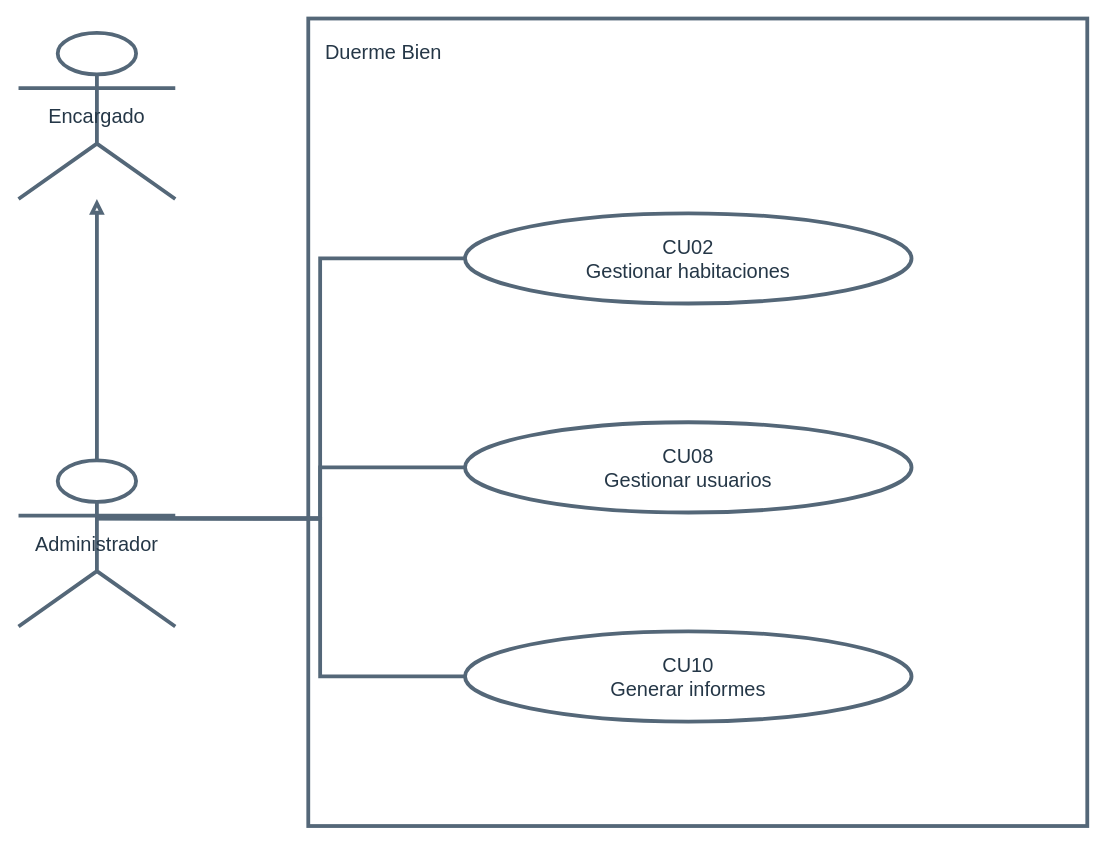
Yutre3/hotel-duerme-bien keeps this draw.io diagram as diagramas-editables/casos-de-uso-administracion.drawio. Above is the earlier version. Source tidied: cells renumbered, new cells numbered last; positions are measured from the earlier drawing's top-left corner, leaving out a move shared by most shapes. Both pictures are drawn from the tidied source at 95%, with x=0, y=0 at pixel (18, 18).
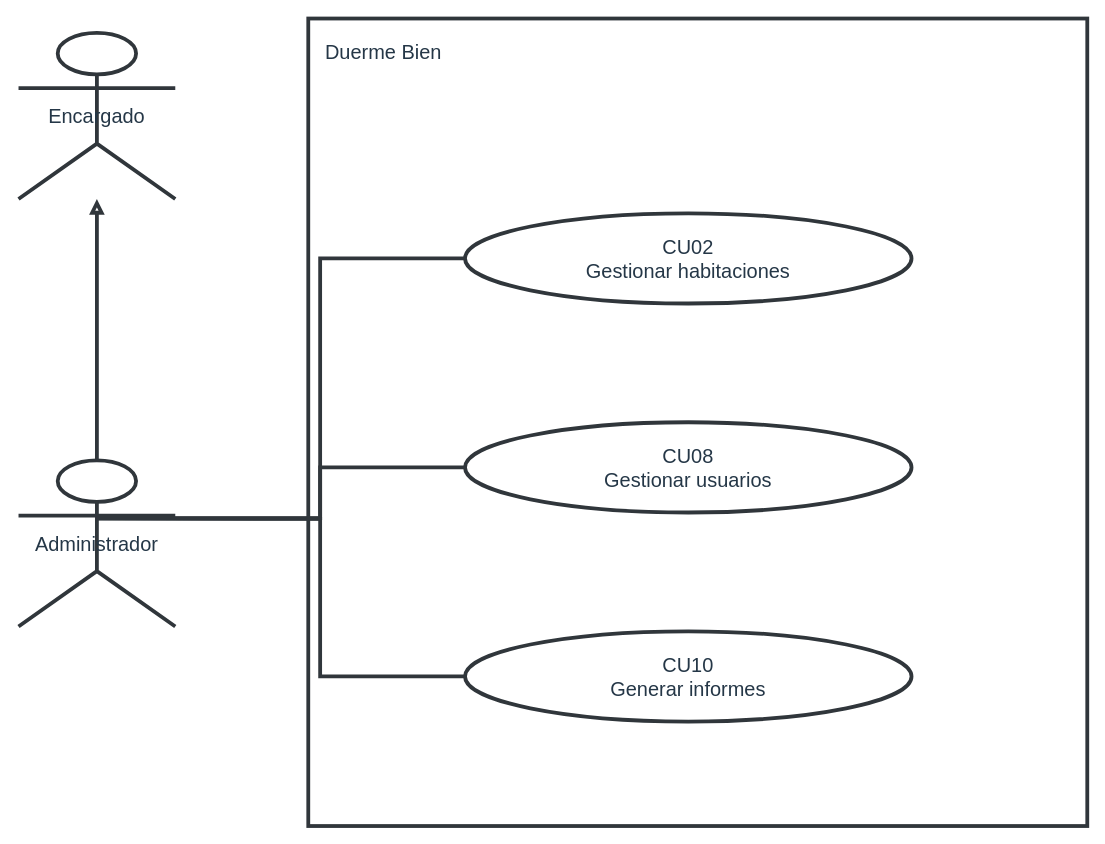
Above is the later version.

Diff of the diagram source:
```diff
@@
 <mxGraphModel>
   <root>
     <mxCell id="0" />
     <mxCell id="1" parent="0" />
-    <mxCell id="2" value="Duerme Bien" style="rounded=0;verticalAlign=top;align=left;spacing=18;html=0;whiteSpace=wrap;strokeColor=#546778;strokeWidth=4;fillColor=#ffffff;fontColor=#253747;fontSize=21;" parent="1" vertex="1">
+    <mxCell id="2" value="Duerme Bien" style="rounded=0;verticalAlign=top;align=left;spacing=18;html=0;whiteSpace=wrap;strokeColor=#30363b;strokeWidth=4;fillColor=#ffffff;fontColor=#253747;fontSize=21;" parent="1" vertex="1">
       <mxGeometry x="305" width="820" height="850" as="geometry" />
     </mxCell>
-    <mxCell id="3" value="Encargado" style="shape=umlActor;html=0;whiteSpace=wrap;strokeColor=#546778;strokeWidth=4;fillColor=#ffffff;fontColor=#253747;fontSize=21;" parent="1" vertex="1">
+    <mxCell id="3" value="Encargado" style="shape=umlActor;html=0;whiteSpace=wrap;strokeColor=#30363b;strokeWidth=4;fillColor=#ffffff;fontColor=#253747;fontSize=21;" parent="1" vertex="1">
       <mxGeometry y="15" width="165" height="175" as="geometry" />
     </mxCell>
-    <mxCell id="4" value="Administrador" style="shape=umlActor;html=0;whiteSpace=wrap;strokeColor=#546778;strokeWidth=4;fillColor=#ffffff;fontColor=#253747;fontSize=21;" parent="1" vertex="1">
+    <mxCell id="4" value="Administrador" style="shape=umlActor;html=0;whiteSpace=wrap;strokeColor=#30363b;strokeWidth=4;fillColor=#ffffff;fontColor=#253747;fontSize=21;" parent="1" vertex="1">
       <mxGeometry y="465" width="165" height="175" as="geometry" />
     </mxCell>
-    <mxCell id="5" value="CU02&#10;Gestionar habitaciones" style="ellipse;html=0;whiteSpace=wrap;strokeColor=#546778;strokeWidth=4;fillColor=#ffffff;fontColor=#253747;fontSize=21;" parent="1" vertex="1">
+    <mxCell id="5" value="CU02&#10;Gestionar habitaciones" style="ellipse;html=0;whiteSpace=wrap;strokeColor=#30363b;strokeWidth=4;fillColor=#ffffff;fontColor=#253747;fontSize=21;" parent="1" vertex="1">
       <mxGeometry x="470" y="205" width="470" height="95" as="geometry" />
     </mxCell>
-    <mxCell id="6" value="CU08&#10;Gestionar usuarios" style="ellipse;html=0;whiteSpace=wrap;strokeColor=#546778;strokeWidth=4;fillColor=#ffffff;fontColor=#253747;fontSize=21;" parent="1" vertex="1">
+    <mxCell id="6" value="CU08&#10;Gestionar usuarios" style="ellipse;html=0;whiteSpace=wrap;strokeColor=#30363b;strokeWidth=4;fillColor=#ffffff;fontColor=#253747;fontSize=21;" parent="1" vertex="1">
       <mxGeometry x="470" y="425" width="470" height="95" as="geometry" />
     </mxCell>
-    <mxCell id="7" value="CU10&#10;Generar informes" style="ellipse;html=0;whiteSpace=wrap;strokeColor=#546778;strokeWidth=4;fillColor=#ffffff;fontColor=#253747;fontSize=21;" parent="1" vertex="1">
+    <mxCell id="7" value="CU10&#10;Generar informes" style="ellipse;html=0;whiteSpace=wrap;strokeColor=#30363b;strokeWidth=4;fillColor=#ffffff;fontColor=#253747;fontSize=21;" parent="1" vertex="1">
       <mxGeometry x="470" y="645" width="470" height="95" as="geometry" />
     </mxCell>
-    <mxCell id="8" style="html=0;edgeStyle=orthogonalEdgeStyle;jettySize=32;rounded=0;strokeWidth=4;strokeColor=#546778;fontSize=22;fontStyle=1;fontColor=#163b50;labelBackgroundColor=#ffffff;endArrow=block;endFill=0;startArrow=none;startFill=0;exitX=0.5;exitY=0;exitPerimeter=0;entryX=0.5;entryY=1;entryPerimeter=0;" parent="1" edge="1" source="4" target="3">
+    <mxCell id="8" style="html=0;edgeStyle=orthogonalEdgeStyle;jettySize=32;rounded=0;strokeWidth=4;strokeColor=#30363b;fontSize=22;fontStyle=1;fontColor=#163b50;labelBackgroundColor=#ffffff;endArrow=block;endFill=0;startArrow=none;startFill=0;exitX=0.5;exitY=0;exitPerimeter=0;entryX=0.5;entryY=1;entryPerimeter=0;" parent="1" edge="1" source="4" target="3">
       <mxGeometry relative="1" as="geometry" />
     </mxCell>
-    <mxCell id="9" style="html=0;edgeStyle=orthogonalEdgeStyle;jettySize=32;rounded=0;strokeWidth=4;strokeColor=#546778;fontSize=22;fontStyle=1;fontColor=#163b50;labelBackgroundColor=#ffffff;endArrow=none;endFill=0;startArrow=none;startFill=0;exitX=0.5;exitY=0.35;exitPerimeter=0;entryX=0;entryY=0.5;entryPerimeter=0;" parent="1" edge="1" source="4" target="5">
+    <mxCell id="9" style="html=0;edgeStyle=orthogonalEdgeStyle;jettySize=32;rounded=0;strokeWidth=4;strokeColor=#30363b;fontSize=22;fontStyle=1;fontColor=#163b50;labelBackgroundColor=#ffffff;endArrow=none;endFill=0;startArrow=none;startFill=0;exitX=0.5;exitY=0.35;exitPerimeter=0;entryX=0;entryY=0.5;entryPerimeter=0;" parent="1" edge="1" source="4" target="5">
       <mxGeometry relative="1" as="geometry" />
     </mxCell>
-    <mxCell id="10" style="html=0;edgeStyle=orthogonalEdgeStyle;jettySize=32;rounded=0;strokeWidth=4;strokeColor=#546778;fontSize=22;fontStyle=1;fontColor=#163b50;labelBackgroundColor=#ffffff;endArrow=none;endFill=0;startArrow=none;startFill=0;exitX=0.5;exitY=0.35;exitPerimeter=0;entryX=0;entryY=0.5;entryPerimeter=0;" parent="1" edge="1" source="4" target="6">
+    <mxCell id="10" style="html=0;edgeStyle=orthogonalEdgeStyle;jettySize=32;rounded=0;strokeWidth=4;strokeColor=#30363b;fontSize=22;fontStyle=1;fontColor=#163b50;labelBackgroundColor=#ffffff;endArrow=none;endFill=0;startArrow=none;startFill=0;exitX=0.5;exitY=0.35;exitPerimeter=0;entryX=0;entryY=0.5;entryPerimeter=0;" parent="1" edge="1" source="4" target="6">
       <mxGeometry relative="1" as="geometry" />
     </mxCell>
-    <mxCell id="11" style="html=0;edgeStyle=orthogonalEdgeStyle;jettySize=32;rounded=0;strokeWidth=4;strokeColor=#546778;fontSize=22;fontStyle=1;fontColor=#163b50;labelBackgroundColor=#ffffff;endArrow=none;endFill=0;startArrow=none;startFill=0;exitX=0.5;exitY=0.35;exitPerimeter=0;entryX=0;entryY=0.5;entryPerimeter=0;" parent="1" edge="1" source="4" target="7">
+    <mxCell id="11" style="html=0;edgeStyle=orthogonalEdgeStyle;jettySize=32;rounded=0;strokeWidth=4;strokeColor=#30363b;fontSize=22;fontStyle=1;fontColor=#163b50;labelBackgroundColor=#ffffff;endArrow=none;endFill=0;startArrow=none;startFill=0;exitX=0.5;exitY=0.35;exitPerimeter=0;entryX=0;entryY=0.5;entryPerimeter=0;" parent="1" edge="1" source="4" target="7">
       <mxGeometry relative="1" as="geometry" />
     </mxCell>
   </root>
 </mxGraphModel>
```
